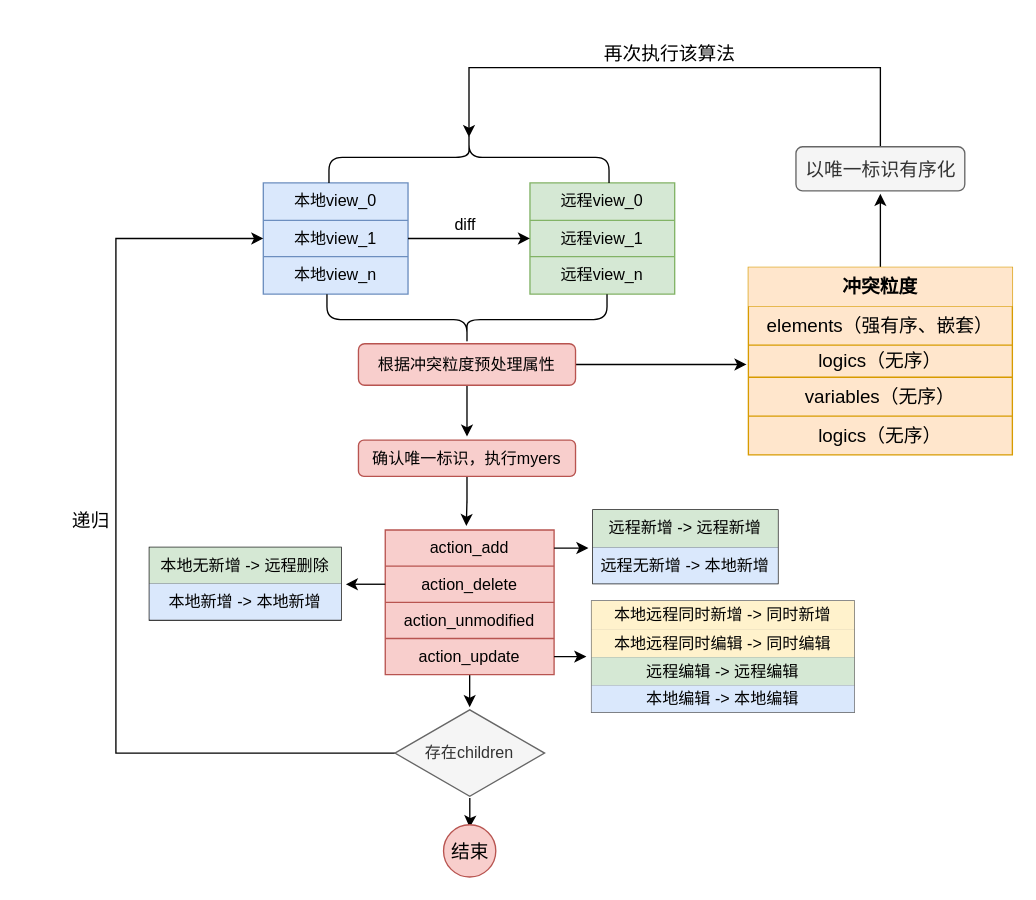
The draw.io diagram 定制myers.drawio in TimerIzaya/TimerBlogPic, before the edit. Source tidied: cells renumbered, new cells numbered last; positions are measured from the earlier drawing's top-left corner, leaving out a move shared by most shapes. Both pictures are drawn from the tidied source at 134%, with x=0, y=0 at pixel (23, 23).
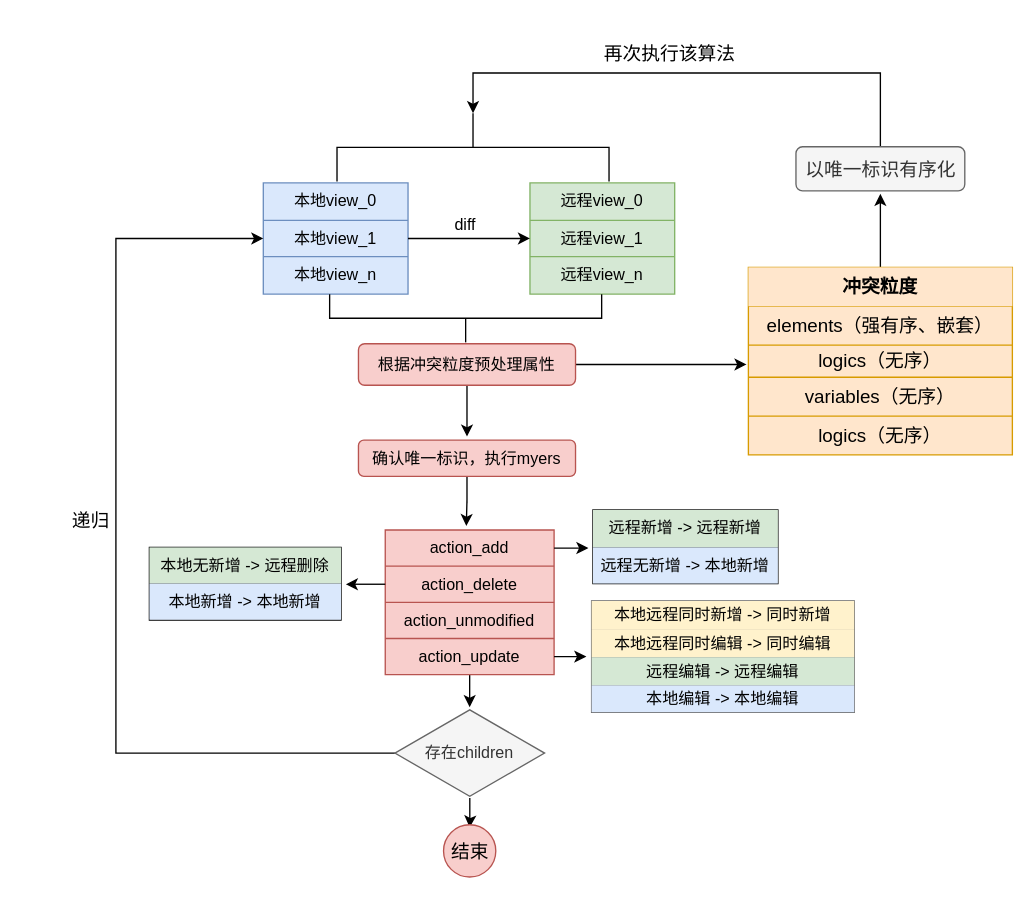
The same diagram, later.

Unchanged cells that the change refers to:
```xml
<mxCell id="75" value="以唯一标识有序化" style="rounded=1;whiteSpace=wrap;html=1;fontSize=14;strokeColor=#666666;strokeWidth=1;fillColor=#f5f5f5;fontColor=#333333;" parent="1" vertex="1">
  <mxGeometry x="576.5" y="92" width="126" height="33" as="geometry" />
</mxCell>
```

The edit, as a diff of the source:
```diff
@@
-    <mxCell id="16" style="shape=curlyBracket;whiteSpace=wrap;html=1;rounded=1;direction=north;" parent="1" vertex="1">
-      <mxGeometry x="226.5" y="202" width="209" height="38" as="geometry" />
-    </mxCell>
@@
-    <mxCell id="73" style="shape=curlyBracket;whiteSpace=wrap;html=1;rounded=1;direction=south;" parent="1" vertex="1">
-      <mxGeometry x="228" y="81" width="209" height="38" as="geometry" />
-    </mxCell>
-    <mxCell id="74" style="edgeStyle=orthogonalEdgeStyle;rounded=0;jettySize=auto;html=1;entryX=0.1;entryY=0.5;entryDx=0;entryDy=0;entryPerimeter=0;fontSize=14;" parent="1" edge="1" source="75" target="73">
-      <mxGeometry relative="1" as="geometry">
-        <Array as="points">
-          <mxPoint x="640" y="33" />
-          <mxPoint x="333" y="33" />
-        </Array>
-      </mxGeometry>
-    </mxCell>
+    <mxCell id="77" style="edgeStyle=orthogonalEdgeStyle;rounded=0;jettySize=auto;html=1;entryX=0;entryY=0.5;entryDx=0;entryDy=0;entryPerimeter=0;fontSize=14;" parent="1" edge="1" source="75" target="78">
+      <mxGeometry relative="1" as="geometry">
+        <Array as="points">
+          <mxPoint x="640" y="37" />
+          <mxPoint x="336" y="37" />
+        </Array>
+      </mxGeometry>
+    </mxCell>
@@
+    <mxCell id="78" style="strokeWidth=1;html=1;shape=mxgraph.flowchart.annotation_2;align=left;labelPosition=right;fontSize=14;direction=south;" parent="1" vertex="1">
+      <mxGeometry x="234" y="67" width="203" height="51" as="geometry" />
+    </mxCell>
+    <mxCell id="79" style="strokeWidth=1;html=1;shape=mxgraph.flowchart.annotation_2;align=left;labelPosition=right;fontSize=14;direction=north;" parent="1" vertex="1">
+      <mxGeometry x="228.5" y="202" width="203" height="36" as="geometry" />
+    </mxCell>
```
